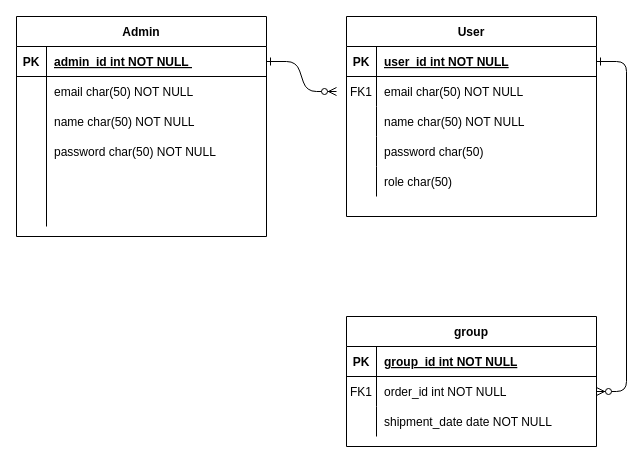
Earlier version of the draw.io diagram ER Digram.drawio (Riaz9588/Bit-Softs). Source tidied: cells renumbered, new cells numbered last; positions are measured from the earlier drawing's top-left corner, leaving out a move shared by most shapes. Both pictures are drawn from the tidied source at 100%, with x=0, y=0 at pixel (16, 16).
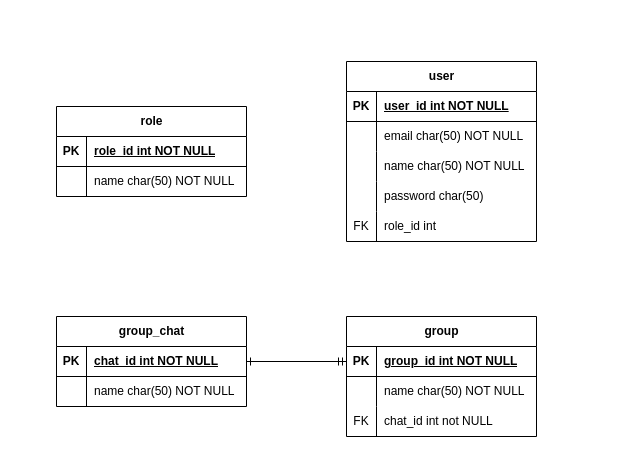
After the change.

Change to the diagram source:
```diff
@@
-    <mxCell id="2" style="edgeStyle=entityRelationEdgeStyle;endArrow=ERzeroToMany;startArrow=ERone;endFill=1;startFill=0;" parent="1" edge="1" source="31">
-      <mxGeometry relative="1" as="geometry">
-        <mxPoint x="320" y="75" as="targetPoint" />
-      </mxGeometry>
-    </mxCell>
-    <mxCell id="3" style="edgeStyle=entityRelationEdgeStyle;endArrow=ERzeroToMany;startArrow=ERone;endFill=1;startFill=0;" parent="1" edge="1" source="5" target="24">
-      <mxGeometry relative="1" as="geometry" />
-    </mxCell>
-    <mxCell id="4" value="User" style="shape=table;startSize=30;childLayout=tableLayout;rowLines=0;fontStyle=1;align=center;" parent="1" vertex="1">
-      <mxGeometry x="330" width="250" height="200" as="geometry" />
-    </mxCell>
-    <mxCell id="5" style="shape=partialRectangle;fillColor=none;points=[[0,0.5],[1,0.5]];portConstraint=eastwest;top=0;left=0;right=0;bottom=1;" parent="4" vertex="1">
-      <mxGeometry y="30" width="250" height="30" as="geometry" />
-    </mxCell>
-    <mxCell id="6" value="PK" style="shape=partialRectangle;overflow=hidden;fillColor=none;top=0;left=0;bottom=0;right=0;fontStyle=1;" parent="5" vertex="1">
-      <mxGeometry width="30" height="30" as="geometry" />
-    </mxCell>
+    <mxCell id="20" value="group" style="shape=table;startSize=30;childLayout=tableLayout;rowLines=0;fontStyle=1;align=center;html=1;" parent="1" vertex="1">
+      <mxGeometry x="330" y="300" width="190" height="120" as="geometry" />
+    </mxCell>
+    <mxCell id="38" style="shape=tableRow;horizontal=0;startSize=0;swimlaneHead=0;swimlaneBody=0;fillColor=none;points=[[0,0.5],[1,0.5]];portConstraint=eastwest;top=0;left=0;right=0;bottom=1;" parent="20" vertex="1">
+      <mxGeometry y="30" width="190" height="30" as="geometry" />
+    </mxCell>
+    <mxCell id="39" value="PK" style="shape=partialRectangle;fillColor=none;top=0;left=0;bottom=0;right=0;fontStyle=1;overflow=hidden;whiteSpace=wrap;html=1;" parent="38" vertex="1">
+      <mxGeometry width="30" height="30" as="geometry" />
+    </mxCell>
+    <mxCell id="23" value="group_id int NOT NULL" style="shape=partialRectangle;fillColor=none;top=0;left=0;bottom=0;right=0;align=left;spacingLeft=6;fontStyle=5;overflow=hidden;whiteSpace=wrap;html=1;" parent="38" vertex="1">
+      <mxGeometry x="30" width="160" height="30" as="geometry" />
+    </mxCell>
+    <mxCell id="40" style="shape=tableRow;horizontal=0;startSize=0;swimlaneHead=0;swimlaneBody=0;fillColor=none;top=0;left=0;right=0;bottom=0;" parent="20" vertex="1">
+      <mxGeometry y="60" width="190" height="30" as="geometry" />
+    </mxCell>
+    <mxCell id="41" style="shape=partialRectangle;fillColor=none;top=0;left=0;bottom=0;right=0;overflow=hidden;whiteSpace=wrap;html=1;" parent="40" vertex="1">
+      <mxGeometry width="30" height="30" as="geometry" />
+    </mxCell>
+    <mxCell id="42" value="name char(50) NOT NULL" style="shape=partialRectangle;fillColor=none;top=0;left=0;bottom=0;right=0;align=left;spacingLeft=6;overflow=hidden;whiteSpace=wrap;html=1;" parent="40" vertex="1">
+      <mxGeometry x="30" width="160" height="30" as="geometry" />
+    </mxCell>
+    <mxCell id="43" style="shape=tableRow;horizontal=0;startSize=0;swimlaneHead=0;swimlaneBody=0;fillColor=none;top=0;left=0;right=0;bottom=0;" parent="20" vertex="1">
+      <mxGeometry y="90" width="190" height="30" as="geometry" />
+    </mxCell>
+    <mxCell id="44" value="FK" style="shape=partialRectangle;fillColor=none;top=0;left=0;bottom=0;right=0;overflow=hidden;whiteSpace=wrap;html=1;" parent="43" vertex="1">
+      <mxGeometry width="30" height="30" as="geometry" />
+    </mxCell>
+    <mxCell id="45" value="chat_id int not NULL" style="shape=partialRectangle;fillColor=none;top=0;left=0;bottom=0;right=0;align=left;spacingLeft=6;overflow=hidden;whiteSpace=wrap;html=1;" parent="43" vertex="1">
+      <mxGeometry x="30" width="160" height="30" as="geometry" />
+    </mxCell>
+    <mxCell id="46" value="user" style="shape=table;startSize=30;childLayout=tableLayout;rowLines=0;fontStyle=1;align=center;html=1;" parent="1" vertex="1">
+      <mxGeometry x="330" y="45" width="190" height="180" as="geometry" />
+    </mxCell>
+    <mxCell id="47" style="shape=tableRow;horizontal=0;startSize=0;swimlaneHead=0;swimlaneBody=0;fillColor=none;top=0;left=0;right=0;bottom=1;" parent="46" vertex="1">
+      <mxGeometry y="30" width="190" height="30" as="geometry" />
+    </mxCell>
+    <mxCell id="48" value="PK" style="shape=partialRectangle;fillColor=none;top=0;left=0;bottom=0;right=0;fontStyle=1;overflow=hidden;whiteSpace=wrap;html=1;" parent="47" vertex="1">
+      <mxGeometry width="30" height="30" as="geometry" />
+    </mxCell>
-    <mxCell id="7" value="user_id int NOT NULL" style="shape=partialRectangle;overflow=hidden;fillColor=none;top=0;left=0;bottom=0;right=0;align=left;spacingLeft=6;fontStyle=5;" parent="5" vertex="1">
-      <mxGeometry x="30" width="220" height="30" as="geometry" />
+    <mxCell id="7" value="user_id int NOT NULL" style="shape=partialRectangle;fillColor=none;top=0;left=0;bottom=0;right=0;align=left;spacingLeft=6;fontStyle=5;overflow=hidden;whiteSpace=wrap;html=1;" parent="47" vertex="1">
+      <mxGeometry x="30" width="160" height="30" as="geometry" />
     </mxCell>
-    <mxCell id="8" style="shape=partialRectangle;fillColor=none;top=0;left=0;right=0;bottom=0;" parent="4" vertex="1">
-      <mxGeometry y="60" width="250" height="30" as="geometry" />
-    </mxCell>
-    <mxCell id="9" value="FK1" style="shape=partialRectangle;overflow=hidden;fillColor=none;top=0;left=0;bottom=0;right=0;" parent="8" vertex="1">
-      <mxGeometry width="30" height="30" as="geometry" />
-    </mxCell>
-    <mxCell id="10" value="email char(50) NOT NULL" style="shape=partialRectangle;overflow=hidden;fillColor=none;top=0;left=0;bottom=0;right=0;align=left;spacingLeft=6;" parent="8" vertex="1">
-      <mxGeometry x="30" width="220" height="30" as="geometry" />
-    </mxCell>
-    <mxCell id="11" style="shape=partialRectangle;fillColor=none;top=0;left=0;right=0;bottom=0;" parent="4" vertex="1">
-      <mxGeometry y="90" width="250" height="30" as="geometry" />
-    </mxCell>
-    <mxCell id="12" style="shape=partialRectangle;overflow=hidden;fillColor=none;top=0;left=0;bottom=0;right=0;" parent="11" vertex="1">
-      <mxGeometry width="30" height="30" as="geometry" />
-    </mxCell>
-    <mxCell id="13" value="name char(50) NOT NULL" style="shape=partialRectangle;overflow=hidden;fillColor=none;top=0;left=0;bottom=0;right=0;align=left;spacingLeft=6;" parent="11" vertex="1">
-      <mxGeometry x="30" width="220" height="30" as="geometry" />
-    </mxCell>
-    <mxCell id="14" style="shape=partialRectangle;fillColor=none;top=0;left=0;right=0;bottom=0;" parent="4" vertex="1">
-      <mxGeometry y="120" width="250" height="30" as="geometry" />
-    </mxCell>
-    <mxCell id="15" style="shape=partialRectangle;overflow=hidden;fillColor=none;top=0;left=0;bottom=0;right=0;" parent="14" vertex="1">
-      <mxGeometry width="30" height="30" as="geometry" />
-    </mxCell>
+    <mxCell id="49" style="shape=tableRow;horizontal=0;startSize=0;swimlaneHead=0;swimlaneBody=0;fillColor=none;top=0;left=0;right=0;bottom=0;" parent="46" vertex="1">
+      <mxGeometry y="60" width="190" height="30" as="geometry" />
+    </mxCell>
+    <mxCell id="50" style="shape=partialRectangle;fillColor=none;top=0;left=0;bottom=0;right=0;overflow=hidden;whiteSpace=wrap;html=1;" parent="49" vertex="1">
+      <mxGeometry width="30" height="30" as="geometry" />
+    </mxCell>
+    <mxCell id="51" value="email char(50) NOT NULL" style="shape=partialRectangle;fillColor=none;top=0;left=0;bottom=0;right=0;align=left;spacingLeft=6;overflow=hidden;whiteSpace=wrap;html=1;" parent="49" vertex="1">
+      <mxGeometry x="30" width="160" height="30" as="geometry" />
+    </mxCell>
+    <mxCell id="52" style="shape=tableRow;horizontal=0;startSize=0;swimlaneHead=0;swimlaneBody=0;fillColor=none;top=0;left=0;right=0;bottom=0;" parent="46" vertex="1">
+      <mxGeometry y="90" width="190" height="30" as="geometry" />
+    </mxCell>
+    <mxCell id="53" style="shape=partialRectangle;fillColor=none;top=0;left=0;bottom=0;right=0;overflow=hidden;whiteSpace=wrap;html=1;" parent="52" vertex="1">
+      <mxGeometry width="30" height="30" as="geometry" />
+    </mxCell>
+    <mxCell id="54" value="name char(50) NOT NULL" style="shape=partialRectangle;fillColor=none;top=0;left=0;bottom=0;right=0;align=left;spacingLeft=6;overflow=hidden;whiteSpace=wrap;html=1;" parent="52" vertex="1">
+      <mxGeometry x="30" width="160" height="30" as="geometry" />
+    </mxCell>
+    <mxCell id="55" style="shape=tableRow;horizontal=0;startSize=0;swimlaneHead=0;swimlaneBody=0;fillColor=none;top=0;left=0;right=0;bottom=0;" parent="46" vertex="1">
+      <mxGeometry y="120" width="190" height="30" as="geometry" />
+    </mxCell>
+    <mxCell id="56" style="shape=partialRectangle;fillColor=none;top=0;left=0;bottom=0;right=0;overflow=hidden;whiteSpace=wrap;html=1;" parent="55" vertex="1">
+      <mxGeometry width="30" height="30" as="geometry" />
+    </mxCell>
-    <mxCell id="16" value="password char(50)" style="shape=partialRectangle;overflow=hidden;fillColor=none;top=0;left=0;bottom=0;right=0;align=left;spacingLeft=6;" parent="14" vertex="1">
-      <mxGeometry x="30" width="220" height="30" as="geometry" />
+    <mxCell id="16" value="password char(50)" style="shape=partialRectangle;fillColor=none;top=0;left=0;bottom=0;right=0;align=left;spacingLeft=6;overflow=hidden;whiteSpace=wrap;html=1;" parent="55" vertex="1">
+      <mxGeometry x="30" width="160" height="30" as="geometry" />
     </mxCell>
-    <mxCell id="17" style="shape=partialRectangle;fillColor=none;top=0;left=0;right=0;bottom=0;" parent="4" vertex="1">
-      <mxGeometry y="150" width="250" height="30" as="geometry" />
-    </mxCell>
-    <mxCell id="18" style="shape=partialRectangle;overflow=hidden;fillColor=none;top=0;left=0;bottom=0;right=0;" parent="17" vertex="1">
-      <mxGeometry width="30" height="30" as="geometry" />
-    </mxCell>
-    <mxCell id="19" value="role char(50)" style="shape=partialRectangle;overflow=hidden;fillColor=none;top=0;left=0;bottom=0;right=0;align=left;spacingLeft=6;" parent="17" vertex="1">
-      <mxGeometry x="30" width="220" height="30" as="geometry" />
-    </mxCell>
-    <mxCell id="20" value="group" style="shape=table;startSize=30;childLayout=tableLayout;rowLines=0;fontStyle=1;align=center;" parent="1" vertex="1">
-      <mxGeometry x="330" y="300" width="250" height="130" as="geometry" />
-    </mxCell>
-    <mxCell id="21" style="shape=partialRectangle;fillColor=none;top=0;left=0;right=0;bottom=1;" parent="20" vertex="1">
-      <mxGeometry y="30" width="250" height="30" as="geometry" />
-    </mxCell>
-    <mxCell id="22" value="PK" style="shape=partialRectangle;overflow=hidden;fillColor=none;top=0;left=0;bottom=0;right=0;fontStyle=1;" parent="21" vertex="1">
-      <mxGeometry width="30" height="30" as="geometry" />
-    </mxCell>
-    <mxCell id="23" value="group_id int NOT NULL" style="shape=partialRectangle;overflow=hidden;fillColor=none;top=0;left=0;bottom=0;right=0;align=left;spacingLeft=6;fontStyle=5;" parent="21" vertex="1">
-      <mxGeometry x="30" width="220" height="30" as="geometry" />
-    </mxCell>
-    <mxCell id="24" style="shape=partialRectangle;fillColor=none;points=[[0,0.5],[1,0.5]];portConstraint=eastwest;top=0;left=0;right=0;bottom=0;" parent="20" vertex="1">
-      <mxGeometry y="60" width="250" height="30" as="geometry" />
-    </mxCell>
-    <mxCell id="25" value="FK1" style="shape=partialRectangle;overflow=hidden;fillColor=none;top=0;left=0;bottom=0;right=0;" parent="24" vertex="1">
-      <mxGeometry width="30" height="30" as="geometry" />
-    </mxCell>
-    <mxCell id="26" value="order_id int NOT NULL" style="shape=partialRectangle;overflow=hidden;fillColor=none;top=0;left=0;bottom=0;right=0;align=left;spacingLeft=6;" parent="24" vertex="1">
-      <mxGeometry x="30" width="220" height="30" as="geometry" />
-    </mxCell>
-    <mxCell id="27" style="shape=partialRectangle;fillColor=none;top=0;left=0;right=0;bottom=0;" parent="20" vertex="1">
-      <mxGeometry y="90" width="250" height="30" as="geometry" />
-    </mxCell>
-    <mxCell id="28" style="shape=partialRectangle;overflow=hidden;fillColor=none;top=0;left=0;bottom=0;right=0;" parent="27" vertex="1">
-      <mxGeometry width="30" height="30" as="geometry" />
-    </mxCell>
-    <mxCell id="29" value="shipment_date date NOT NULL" style="shape=partialRectangle;overflow=hidden;fillColor=none;top=0;left=0;bottom=0;right=0;align=left;spacingLeft=6;" parent="27" vertex="1">
-      <mxGeometry x="30" width="220" height="30" as="geometry" />
-    </mxCell>
-    <mxCell id="30" value="Admin" style="shape=table;startSize=30;childLayout=tableLayout;rowLines=0;fontStyle=1;align=center;" parent="1" vertex="1">
-      <mxGeometry width="250" height="220" as="geometry" />
-    </mxCell>
-    <mxCell id="31" style="shape=partialRectangle;fillColor=none;points=[[0,0.5],[1,0.5]];portConstraint=eastwest;top=0;left=0;right=0;bottom=1;" parent="30" vertex="1">
-      <mxGeometry y="30" width="250" height="30" as="geometry" />
-    </mxCell>
-    <mxCell id="32" value="PK" style="shape=partialRectangle;overflow=hidden;fillColor=none;top=0;left=0;bottom=0;right=0;fontStyle=1;" parent="31" vertex="1">
-      <mxGeometry width="30" height="30" as="geometry" />
-    </mxCell>
-    <mxCell id="33" value="admin_id int NOT NULL " style="shape=partialRectangle;overflow=hidden;fillColor=none;top=0;left=0;bottom=0;right=0;align=left;spacingLeft=6;fontStyle=5;" parent="31" vertex="1">
-      <mxGeometry x="30" width="220" height="30" as="geometry" />
-    </mxCell>
-    <mxCell id="34" value="email char(50) NOT NULL" style="shape=partialRectangle;overflow=hidden;fillColor=none;top=0;left=0;bottom=0;right=0;align=left;spacingLeft=6;" parent="1" vertex="1">
-      <mxGeometry x="30" y="60" width="220" height="30" as="geometry" />
-    </mxCell>
-    <mxCell id="35" value="name char(50) NOT NULL" style="shape=partialRectangle;overflow=hidden;fillColor=none;top=0;left=0;bottom=0;right=0;align=left;spacingLeft=6;" parent="1" vertex="1">
-      <mxGeometry x="30" y="90" width="220" height="30" as="geometry" />
-    </mxCell>
-    <mxCell id="36" style="endArrow=none;html=1;rounded=0;" parent="1" edge="1">
-      <mxGeometry relative="1" as="geometry">
-        <mxPoint x="30" y="210" as="sourcePoint" />
-        <mxPoint x="30" y="60" as="targetPoint" />
-      </mxGeometry>
-    </mxCell>
-    <mxCell id="37" value="password char(50) NOT NULL" style="shape=partialRectangle;overflow=hidden;fillColor=none;top=0;left=0;bottom=0;right=0;align=left;spacingLeft=6;" parent="1" vertex="1">
-      <mxGeometry x="30" y="120" width="220" height="30" as="geometry" />
-    </mxCell>
+    <mxCell id="57" style="shape=tableRow;horizontal=0;startSize=0;swimlaneHead=0;swimlaneBody=0;fillColor=none;top=0;left=0;right=0;bottom=0;" parent="46" vertex="1">
+      <mxGeometry y="150" width="190" height="30" as="geometry" />
+    </mxCell>
+    <mxCell id="58" value="FK" style="shape=partialRectangle;fillColor=none;top=0;left=0;bottom=0;right=0;overflow=hidden;whiteSpace=wrap;html=1;" parent="57" vertex="1">
+      <mxGeometry width="30" height="30" as="geometry" />
+    </mxCell>
+    <mxCell id="59" value="role_id int" style="shape=partialRectangle;fillColor=none;top=0;left=0;bottom=0;right=0;align=left;spacingLeft=6;overflow=hidden;whiteSpace=wrap;html=1;" parent="57" vertex="1">
+      <mxGeometry x="30" width="160" height="30" as="geometry" />
+    </mxCell>
+    <mxCell id="60" value="role" style="shape=table;startSize=30;childLayout=tableLayout;rowLines=0;fontStyle=1;align=center;html=1;" parent="1" vertex="1">
+      <mxGeometry x="40" y="90" width="190" height="90" as="geometry" />
+    </mxCell>
+    <mxCell id="61" style="shape=tableRow;horizontal=0;startSize=0;swimlaneHead=0;swimlaneBody=0;fillColor=none;top=0;left=0;right=0;bottom=1;" parent="60" vertex="1">
+      <mxGeometry y="30" width="190" height="30" as="geometry" />
+    </mxCell>
+    <mxCell id="62" value="PK" style="shape=partialRectangle;fillColor=none;top=0;left=0;bottom=0;right=0;fontStyle=1;overflow=hidden;whiteSpace=wrap;html=1;" parent="61" vertex="1">
+      <mxGeometry width="30" height="30" as="geometry" />
+    </mxCell>
+    <mxCell id="63" value="role_id int NOT NULL" style="shape=partialRectangle;fillColor=none;top=0;left=0;bottom=0;right=0;align=left;spacingLeft=6;fontStyle=5;overflow=hidden;whiteSpace=wrap;html=1;" parent="61" vertex="1">
+      <mxGeometry x="30" width="160" height="30" as="geometry" />
+    </mxCell>
+    <mxCell id="64" style="shape=tableRow;horizontal=0;startSize=0;swimlaneHead=0;swimlaneBody=0;fillColor=none;top=0;left=0;right=0;bottom=0;" parent="60" vertex="1">
+      <mxGeometry y="60" width="190" height="30" as="geometry" />
+    </mxCell>
+    <mxCell id="65" style="shape=partialRectangle;fillColor=none;top=0;left=0;bottom=0;right=0;overflow=hidden;whiteSpace=wrap;html=1;" parent="64" vertex="1">
+      <mxGeometry width="30" height="30" as="geometry" />
+    </mxCell>
+    <mxCell id="66" value="name char(50) NOT NULL" style="shape=partialRectangle;fillColor=none;top=0;left=0;bottom=0;right=0;align=left;spacingLeft=6;overflow=hidden;whiteSpace=wrap;html=1;" parent="64" vertex="1">
+      <mxGeometry x="30" width="160" height="30" as="geometry" />
+    </mxCell>
+    <mxCell id="67" value="group_chat" style="shape=table;startSize=30;childLayout=tableLayout;rowLines=0;fontStyle=1;align=center;html=1;" parent="1" vertex="1">
+      <mxGeometry x="40" y="300" width="190" height="90" as="geometry" />
+    </mxCell>
+    <mxCell id="68" style="shape=tableRow;horizontal=0;startSize=0;swimlaneHead=0;swimlaneBody=0;fillColor=none;points=[[0,0.5],[1,0.5]];portConstraint=eastwest;top=0;left=0;right=0;bottom=1;" parent="67" vertex="1">
+      <mxGeometry y="30" width="190" height="30" as="geometry" />
+    </mxCell>
+    <mxCell id="69" value="PK" style="shape=partialRectangle;fillColor=none;top=0;left=0;bottom=0;right=0;fontStyle=1;overflow=hidden;whiteSpace=wrap;html=1;" parent="68" vertex="1">
+      <mxGeometry width="30" height="30" as="geometry" />
+    </mxCell>
+    <mxCell id="70" value="chat_id int NOT NULL" style="shape=partialRectangle;fillColor=none;top=0;left=0;bottom=0;right=0;align=left;spacingLeft=6;fontStyle=5;overflow=hidden;whiteSpace=wrap;html=1;" parent="68" vertex="1">
+      <mxGeometry x="30" width="160" height="30" as="geometry" />
+    </mxCell>
+    <mxCell id="71" style="shape=tableRow;horizontal=0;startSize=0;swimlaneHead=0;swimlaneBody=0;fillColor=none;top=0;left=0;right=0;bottom=0;" parent="67" vertex="1">
+      <mxGeometry y="60" width="190" height="30" as="geometry" />
+    </mxCell>
+    <mxCell id="72" style="shape=partialRectangle;fillColor=none;top=0;left=0;bottom=0;right=0;overflow=hidden;whiteSpace=wrap;html=1;" parent="71" vertex="1">
+      <mxGeometry width="30" height="30" as="geometry" />
+    </mxCell>
+    <mxCell id="73" value="name char(50) NOT NULL" style="shape=partialRectangle;fillColor=none;top=0;left=0;bottom=0;right=0;align=left;spacingLeft=6;overflow=hidden;whiteSpace=wrap;html=1;" parent="71" vertex="1">
+      <mxGeometry x="30" width="160" height="30" as="geometry" />
+    </mxCell>
+    <mxCell id="74" style="edgeStyle=orthogonalEdgeStyle;rounded=0;jettySize=auto;html=1;entryX=1;entryY=0.5;entryDx=0;entryDy=0;startArrow=ERmandOne;startFill=0;endArrow=ERone;endFill=0;" parent="1" edge="1" source="38" target="68">
+      <mxGeometry relative="1" as="geometry" />
+    </mxCell>
```
